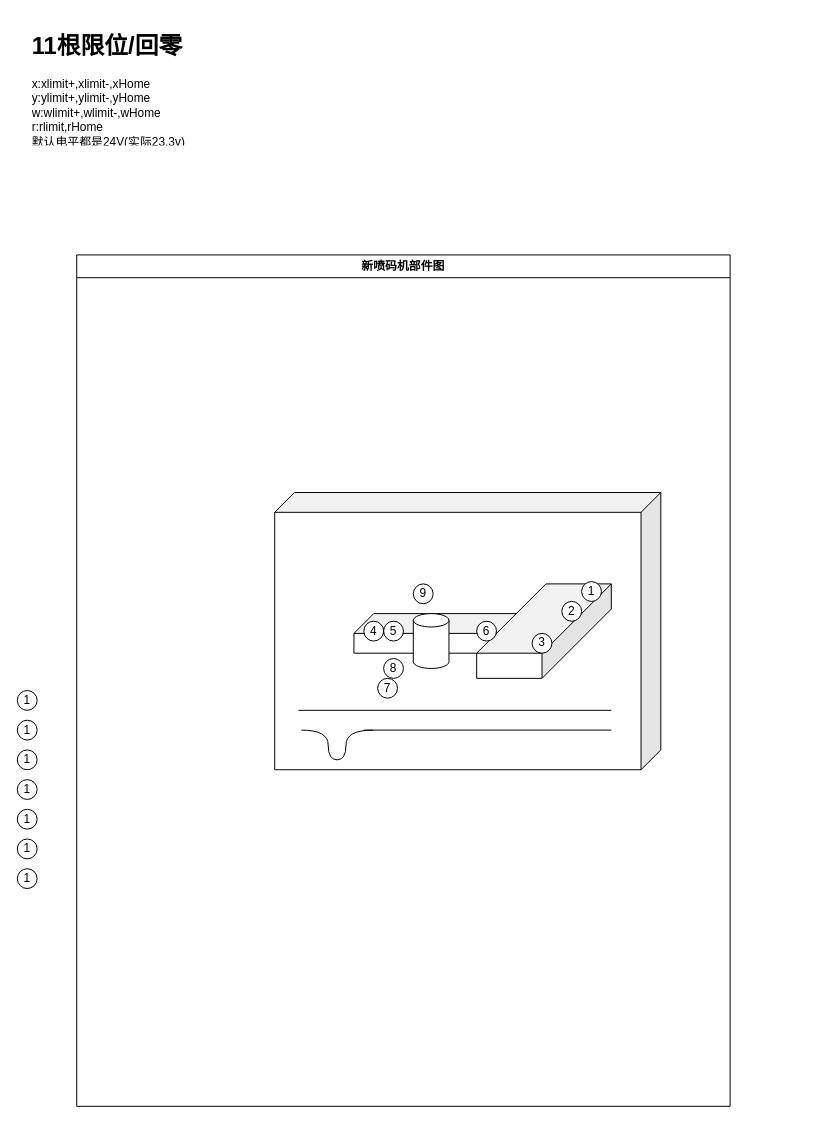
The draw.io diagram 新喷码机部件图.drawio in wjaswdd/draw.io, before the edit. Source tidied: cells renumbered, new cells numbered last; positions are measured from the earlier drawing's top-left corner, leaving out a move shared by most shapes. Both pictures are drawn from the tidied source at 99%, with x=0, y=0 at pixel (17, 27).
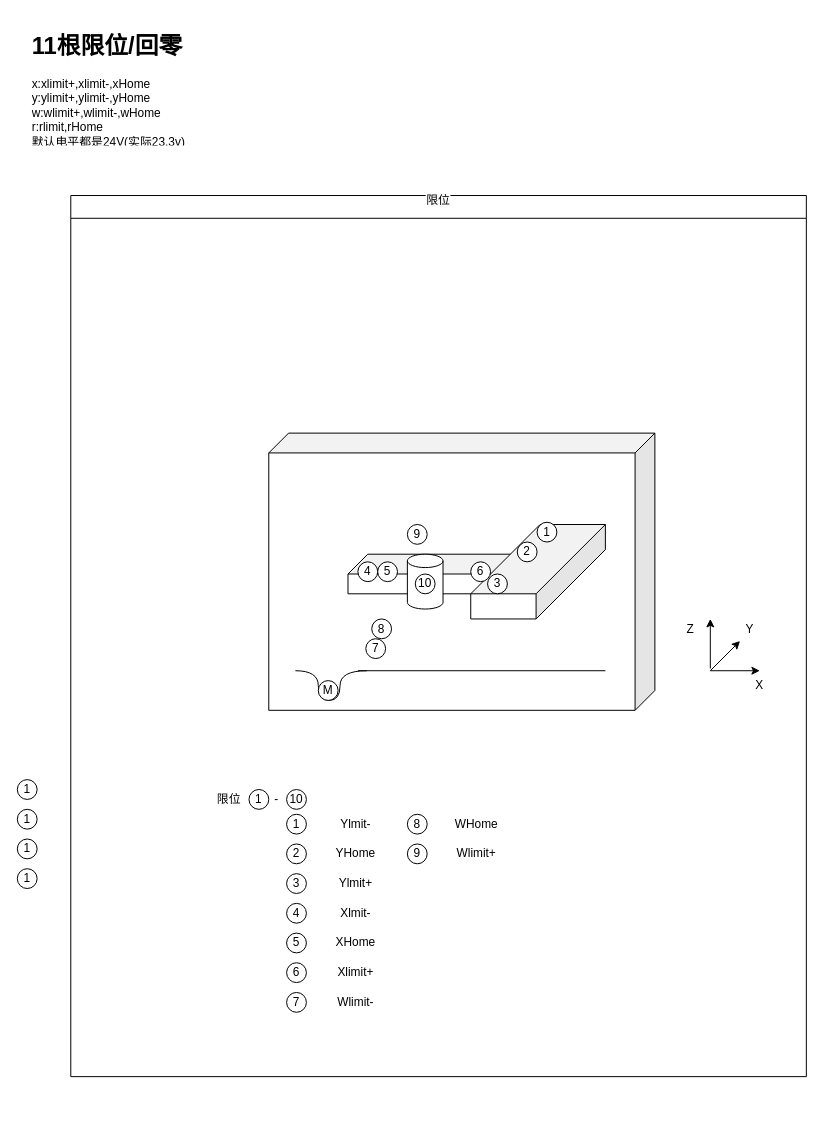
The same page after the edit.

Commit message:
更新新喷码机部件图.drawio

What changed in the source:
```diff
@@
-    <mxCell id="3" value="新喷码机部件图" style="swimlane;whiteSpace=wrap;html=1;" parent="1" vertex="1">
-      <mxGeometry x="60" y="230" width="660" height="860" as="geometry" />
+    <mxCell id="3" value="&#10;&lt;span style=&quot;color: rgb(0, 0, 0); font-family: Helvetica; font-size: 12px; font-style: normal; font-variant-ligatures: normal; font-variant-caps: normal; font-weight: 400; letter-spacing: normal; orphans: 2; text-align: center; text-indent: 0px; text-transform: none; widows: 2; word-spacing: 0px; -webkit-text-stroke-width: 0px; background-color: rgb(251, 251, 251); text-decoration-thickness: initial; text-decoration-style: initial; text-decoration-color: initial; float: none; display: inline !important;&quot;&gt;限位&lt;/span&gt;&#10;&#10;" style="swimlane;whiteSpace=wrap;html=1;" parent="1" vertex="1">
+      <mxGeometry x="54" y="170" width="743" height="890" as="geometry" />
     </mxCell>
@@
     <mxCell id="8" value="1" style="ellipse;whiteSpace=wrap;html=1;" parent="3" vertex="1">
-      <mxGeometry x="510" y="330" width="20" height="20" as="geometry" />
+      <mxGeometry x="471" y="330" width="20" height="20" as="geometry" />
     </mxCell>
     <mxCell id="9" value="2" style="ellipse;whiteSpace=wrap;html=1;" parent="3" vertex="1">
-      <mxGeometry x="490" y="350" width="20" height="20" as="geometry" />
+      <mxGeometry x="451" y="350" width="20" height="20" as="geometry" />
     </mxCell>
     <mxCell id="10" value="3" style="ellipse;whiteSpace=wrap;html=1;" parent="3" vertex="1">
-      <mxGeometry x="460" y="382.3" width="20" height="20" as="geometry" />
+      <mxGeometry x="421" y="382.3" width="20" height="20" as="geometry" />
     </mxCell>
@@
     <mxCell id="14" value="7" style="ellipse;whiteSpace=wrap;html=1;" parent="3" vertex="1">
-      <mxGeometry x="304" y="427.7" width="20" height="20" as="geometry" />
+      <mxGeometry x="298" y="447.7" width="20" height="20" as="geometry" />
     </mxCell>
     <mxCell id="15" value="8" style="ellipse;whiteSpace=wrap;html=1;" parent="3" vertex="1">
-      <mxGeometry x="310" y="407.7" width="20" height="20" as="geometry" />
+      <mxGeometry x="304" y="427.7" width="20" height="20" as="geometry" />
     </mxCell>
@@
-    <mxCell id="17" style="endArrow=none;html=1;rounded=0;" parent="3" edge="1">
-      <mxGeometry relative="1" as="geometry">
-        <mxPoint x="224" y="460" as="sourcePoint" />
-        <mxPoint x="540" y="460" as="targetPoint" />
-      </mxGeometry>
-    </mxCell>
     <mxCell id="18" style="group;" parent="3" vertex="1">
-      <mxGeometry x="190" y="570" width="370" height="30" as="geometry" />
+      <mxGeometry x="190" y="570" width="370" height="40" as="geometry" />
     </mxCell>
     <mxCell id="19" style="endArrow=none;html=1;rounded=0;edgeStyle=orthogonalEdgeStyle;curved=1;" parent="18" edge="1">
       <mxGeometry relative="1" as="geometry">
         <mxPoint x="36.9" y="-90" as="sourcePoint" />
         <mxPoint x="109.1" y="-90" as="targetPoint" />
         <Array as="points">
-          <mxPoint x="64" y="-90" />
-          <mxPoint x="64" y="-60" />
+          <mxPoint x="60" y="-90" />
+          <mxPoint x="60" y="-60" />
           <mxPoint x="82" y="-60" />
           <mxPoint x="82" y="-90" />
         </Array>
       </mxGeometry>
     </mxCell>
@@
-    <mxCell id="21" style="edgeStyle=orthogonalEdgeStyle;rounded=0;orthogonalLoop=1;jettySize=auto;html=1;" parent="1" edge="1">
-      <mxGeometry relative="1" as="geometry">
-        <mxPoint x="20" y="1010" as="targetPoint" />
-      </mxGeometry>
-    </mxCell>
-    <mxCell id="22" value="1" style="ellipse;whiteSpace=wrap;html=1;" parent="1" vertex="1">
-      <mxGeometry y="670" width="20" height="20" as="geometry" />
-    </mxCell>
-    <mxCell id="23" value="1" style="ellipse;whiteSpace=wrap;html=1;" parent="1" vertex="1">
-      <mxGeometry y="700" width="20" height="20" as="geometry" />
+    <mxCell id="23" value="M" style="ellipse;whiteSpace=wrap;html=1;" parent="3" vertex="1">
+      <mxGeometry x="250" y="490" width="20" height="20" as="geometry" />
     </mxCell>
-    <mxCell id="24" value="1" style="ellipse;whiteSpace=wrap;html=1;" parent="1" vertex="1">
-      <mxGeometry y="730" width="20" height="20" as="geometry" />
+    <mxCell id="24" value="10" style="ellipse;whiteSpace=wrap;html=1;" parent="3" vertex="1">
+      <mxGeometry x="348" y="382.3" width="20" height="20" as="geometry" />
     </mxCell>
+    <mxCell id="22" value="1" style="ellipse;whiteSpace=wrap;html=1;" parent="3" vertex="1">
+      <mxGeometry x="218" y="625" width="20" height="20" as="geometry" />
+    </mxCell>
+    <mxCell id="29" value="Ylmit-" style="text;html=1;strokeColor=none;fillColor=none;align=center;verticalAlign=middle;whiteSpace=wrap;rounded=0;" parent="3" vertex="1">
+      <mxGeometry x="258" y="620" width="60" height="30" as="geometry" />
+    </mxCell>
+    <mxCell id="30" value="2" style="ellipse;whiteSpace=wrap;html=1;" parent="3" vertex="1">
+      <mxGeometry x="218" y="655" width="20" height="20" as="geometry" />
+    </mxCell>
+    <mxCell id="31" value="YHome" style="text;html=1;strokeColor=none;fillColor=none;align=center;verticalAlign=middle;whiteSpace=wrap;rounded=0;" parent="3" vertex="1">
+      <mxGeometry x="258" y="650" width="60" height="30" as="geometry" />
+    </mxCell>
+    <mxCell id="32" value="3" style="ellipse;whiteSpace=wrap;html=1;" parent="3" vertex="1">
+      <mxGeometry x="218" y="685" width="20" height="20" as="geometry" />
+    </mxCell>
+    <mxCell id="33" value="Ylmit+" style="text;html=1;strokeColor=none;fillColor=none;align=center;verticalAlign=middle;whiteSpace=wrap;rounded=0;" parent="3" vertex="1">
+      <mxGeometry x="258" y="680" width="60" height="30" as="geometry" />
+    </mxCell>
+    <mxCell id="34" value="4" style="ellipse;whiteSpace=wrap;html=1;" parent="3" vertex="1">
+      <mxGeometry x="218" y="715" width="20" height="20" as="geometry" />
+    </mxCell>
+    <mxCell id="35" value="Xlmit-" style="text;html=1;strokeColor=none;fillColor=none;align=center;verticalAlign=middle;whiteSpace=wrap;rounded=0;" parent="3" vertex="1">
+      <mxGeometry x="258" y="710" width="60" height="30" as="geometry" />
+    </mxCell>
+    <mxCell id="36" value="限位" style="text;html=1;strokeColor=none;fillColor=none;align=center;verticalAlign=middle;whiteSpace=wrap;rounded=0;" parent="3" vertex="1">
+      <mxGeometry x="130" y="595" width="60" height="30" as="geometry" />
+    </mxCell>
+    <mxCell id="37" value="1" style="ellipse;whiteSpace=wrap;html=1;" parent="3" vertex="1">
+      <mxGeometry x="180" y="600" width="20" height="20" as="geometry" />
+    </mxCell>
+    <mxCell id="38" value="-" style="text;html=1;strokeColor=none;fillColor=none;align=center;verticalAlign=middle;whiteSpace=wrap;rounded=0;" parent="3" vertex="1">
+      <mxGeometry x="178" y="595" width="60" height="30" as="geometry" />
+    </mxCell>
+    <mxCell id="39" value="10" style="ellipse;whiteSpace=wrap;html=1;" parent="3" vertex="1">
+      <mxGeometry x="218" y="600" width="20" height="20" as="geometry" />
+    </mxCell>
+    <mxCell id="40" value="5" style="ellipse;whiteSpace=wrap;html=1;" parent="3" vertex="1">
+      <mxGeometry x="218" y="745" width="20" height="20" as="geometry" />
+    </mxCell>
+    <mxCell id="41" value="XHome" style="text;html=1;strokeColor=none;fillColor=none;align=center;verticalAlign=middle;whiteSpace=wrap;rounded=0;" parent="3" vertex="1">
+      <mxGeometry x="258" y="740" width="60" height="30" as="geometry" />
+    </mxCell>
+    <mxCell id="42" value="6" style="ellipse;whiteSpace=wrap;html=1;" parent="3" vertex="1">
+      <mxGeometry x="218" y="775" width="20" height="20" as="geometry" />
+    </mxCell>
+    <mxCell id="43" value="Xlimit+" style="text;html=1;strokeColor=none;fillColor=none;align=center;verticalAlign=middle;whiteSpace=wrap;rounded=0;" parent="3" vertex="1">
+      <mxGeometry x="258" y="770" width="60" height="30" as="geometry" />
+    </mxCell>
+    <mxCell id="44" value="7" style="ellipse;whiteSpace=wrap;html=1;" parent="3" vertex="1">
+      <mxGeometry x="218" y="805" width="20" height="20" as="geometry" />
+    </mxCell>
+    <mxCell id="45" value="Wlimit-" style="text;html=1;strokeColor=none;fillColor=none;align=center;verticalAlign=middle;whiteSpace=wrap;rounded=0;" parent="3" vertex="1">
+      <mxGeometry x="258" y="800" width="60" height="30" as="geometry" />
+    </mxCell>
+    <mxCell id="46" value="8" style="ellipse;whiteSpace=wrap;html=1;" parent="3" vertex="1">
+      <mxGeometry x="340" y="625" width="20" height="20" as="geometry" />
+    </mxCell>
+    <mxCell id="47" value="WHome" style="text;html=1;strokeColor=none;fillColor=none;align=center;verticalAlign=middle;whiteSpace=wrap;rounded=0;" parent="3" vertex="1">
+      <mxGeometry x="380" y="620" width="60" height="30" as="geometry" />
+    </mxCell>
+    <mxCell id="48" style="endArrow=classic;html=1;rounded=0;" parent="3" edge="1">
+      <mxGeometry relative="1" as="geometry">
+        <mxPoint x="646" y="477.7" as="sourcePoint" />
+        <mxPoint x="646" y="427.7" as="targetPoint" />
+      </mxGeometry>
+    </mxCell>
+    <mxCell id="49" style="endArrow=classic;html=1;rounded=0;" parent="3" edge="1">
+      <mxGeometry relative="1" as="geometry">
+        <mxPoint x="646" y="480" as="sourcePoint" />
+        <mxPoint x="676" y="450" as="targetPoint" />
+      </mxGeometry>
+    </mxCell>
+    <mxCell id="50" value="X" style="text;html=1;strokeColor=none;fillColor=none;align=center;verticalAlign=middle;whiteSpace=wrap;rounded=0;" parent="3" vertex="1">
+      <mxGeometry x="666" y="480" width="60" height="30" as="geometry" />
+    </mxCell>
+    <mxCell id="51" value="Y" style="text;html=1;strokeColor=none;fillColor=none;align=center;verticalAlign=middle;whiteSpace=wrap;rounded=0;" parent="3" vertex="1">
+      <mxGeometry x="656" y="422.7" width="60" height="30" as="geometry" />
+    </mxCell>
+    <mxCell id="52" value="Z" style="text;html=1;strokeColor=none;fillColor=none;align=center;verticalAlign=middle;whiteSpace=wrap;rounded=0;" parent="3" vertex="1">
+      <mxGeometry x="596" y="422.7" width="60" height="30" as="geometry" />
+    </mxCell>
+    <mxCell id="53" value="9" style="ellipse;whiteSpace=wrap;html=1;" parent="3" vertex="1">
+      <mxGeometry x="340" y="655" width="20" height="20" as="geometry" />
+    </mxCell>
+    <mxCell id="54" value="Wlimit+" style="text;html=1;strokeColor=none;fillColor=none;align=center;verticalAlign=middle;whiteSpace=wrap;rounded=0;" parent="3" vertex="1">
+      <mxGeometry x="380" y="650" width="60" height="30" as="geometry" />
+    </mxCell>
+    <mxCell id="21" style="edgeStyle=orthogonalEdgeStyle;rounded=0;orthogonalLoop=1;jettySize=auto;html=1;" parent="1" edge="1">
+      <mxGeometry relative="1" as="geometry">
+        <mxPoint x="20" y="1010" as="targetPoint" />
+      </mxGeometry>
+    </mxCell>
@@
+    <mxCell id="55" style="endArrow=classic;html=1;rounded=0;" parent="1" edge="1">
+      <mxGeometry relative="1" as="geometry">
+        <mxPoint x="700" y="650" as="sourcePoint" />
+        <mxPoint x="750" y="650" as="targetPoint" />
+      </mxGeometry>
+    </mxCell>
```
